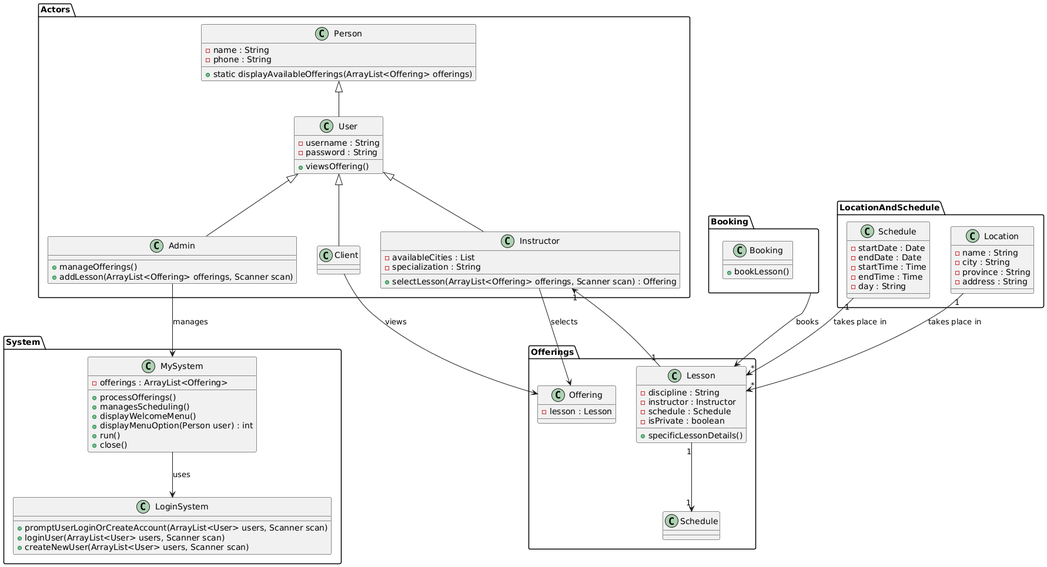
The PlantUML diagram Diagrams/ClassDiagramRefined.png in ABALkhabbaz/LessonSchedulingSystem, before a commit. The source it was exported from:
```plantuml
@startuml
package "Actors" {
    class Person {
        - name : String
        - phone : String
        + static displayAvailableOfferings(ArrayList<Offering> offerings)
    }

    class User {
        - username : String
        - password : String
        + viewsOffering()
    }

    Person <|-- User

    class Client
    User <|-- Client

    class Admin {
        + manageOfferings()
        + addLesson(ArrayList<Offering> offerings, Scanner scan)
    }
    User <|-- Admin

    class Instructor {
        - availableCities : List
        - specialization : String
        + selectLesson(ArrayList<Offering> offerings, Scanner scan) : Offering
    }
    User <|-- Instructor
}

package "System" {
    class MySystem {
        - offerings : ArrayList<Offering>
        + processOfferings()
        + managesScheduling()
        + displayWelcomeMenu()
        + displayMenuOption(Person user) : int
        + run()
        + close()
    }

    class LoginSystem {
        + promptUserLoginOrCreateAccount(ArrayList<User> users, Scanner scan)
        + loginUser(ArrayList<User> users, Scanner scan)
        + createNewUser(ArrayList<User> users, Scanner scan)
    }

    MySystem --> LoginSystem : "uses"
}

package "Booking" {
    class Booking {
        + bookLesson()
    }
}

package "Offerings" {
    class Offering {
        - lesson : Lesson
    }

    class Lesson {
        - discipline : String
        - instructor : Instructor
        - schedule : Schedule
        - isPrivate : boolean
        + specificLessonDetails()
    }

    Lesson "1" --> "1" Instructor
    Lesson "1" --> "1" Schedule
}

package "LocationAndSchedule" {
    class Location {
        - name : String
        - city : String
        - province : String
        - address : String
    }

    class Schedule {
        - startDate : Date
        - endDate : Date
        - startTime : Time
        - endTime : Time
        - day : String
    }

    Location "1" --> "*" Lesson : "takes place in"
    Schedule "1" --> "*" Lesson : "takes place in"
}

Booking --> Lesson : "books"
Admin --> MySystem : "manages"
Client --> Offering : "views"
Instructor --> Offering : "selects"
@enduml
```
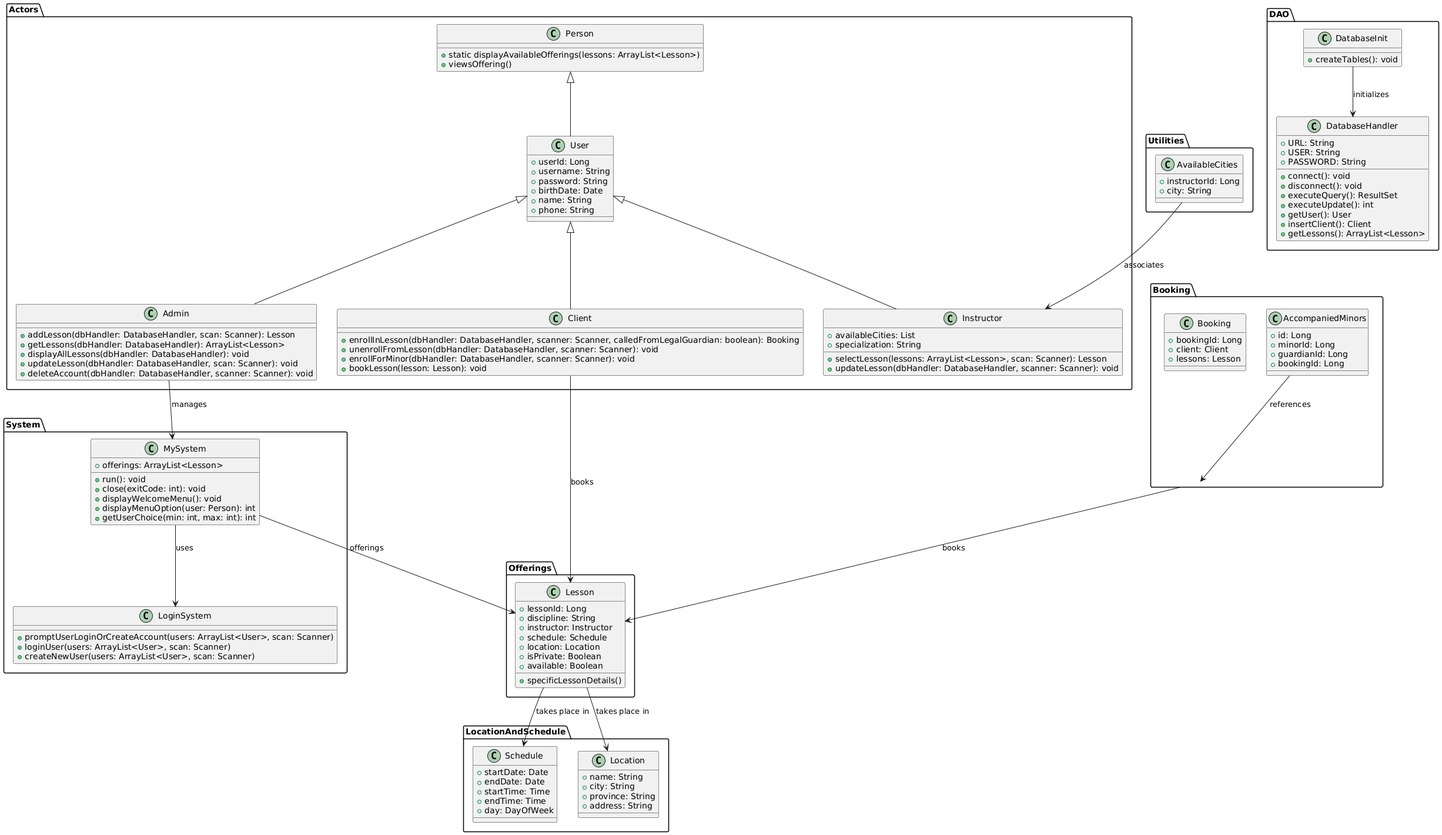
After the commit.

Commit message:
for full list of methods, consult Detailed version

Diff of the diagram source:
```diff
@@ -1,101 +1,135 @@
 @startuml
-package "Actors" {
+package Actors {
     class Person {
-        - name : String
-        - phone : String
-        + static displayAvailableOfferings(ArrayList<Offering> offerings)
-    }
-
-    class User {
-        - username : String
-        - password : String
+        + static displayAvailableOfferings(lessons: ArrayList<Lesson>)
         + viewsOffering()
     }
-
+    class User {
+        + userId: Long
+        + username: String
+        + password: String
+        + birthDate: Date
+        + name: String
+        + phone: String
+    }
     Person <|-- User
-
-    class Client
-    User <|-- Client
-
     class Admin {
-        + manageOfferings()
-        + addLesson(ArrayList<Offering> offerings, Scanner scan)
+        + addLesson(dbHandler: DatabaseHandler, scan: Scanner): Lesson
+        + getLessons(dbHandler: DatabaseHandler): ArrayList<Lesson>
+        + displayAllLessons(dbHandler: DatabaseHandler): void
+        + updateLesson(dbHandler: DatabaseHandler, scan: Scanner): void
+        + deleteAccount(dbHandler: DatabaseHandler, scanner: Scanner): void
+    }
+    class Client {
+        + enrollInLesson(dbHandler: DatabaseHandler, scanner: Scanner, calledFromLegalGuardian: boolean): Booking
+        + unenrollFromLesson(dbHandler: DatabaseHandler, scanner: Scanner): void
+        + enrollForMinor(dbHandler: DatabaseHandler, scanner: Scanner): void
+        + bookLesson(lesson: Lesson): void
+    }
+    class Instructor {
+        + availableCities: List
+        + specialization: String
+        + selectLesson(lessons: ArrayList<Lesson>, scan: Scanner): Lesson
+        + updateLesson(dbHandler: DatabaseHandler, scanner: Scanner): void
     }
     User <|-- Admin
-
-    class Instructor {
-        - availableCities : List
-        - specialization : String
-        + selectLesson(ArrayList<Offering> offerings, Scanner scan) : Offering
-    }
+    User <|-- Client
     User <|-- Instructor
 }
 
-package "System" {
-    class MySystem {
-        - offerings : ArrayList<Offering>
-        + processOfferings()
-        + managesScheduling()
-        + displayWelcomeMenu()
-        + displayMenuOption(Person user) : int
-        + run()
-        + close()
-    }
-
-    class LoginSystem {
-        + promptUserLoginOrCreateAccount(ArrayList<User> users, Scanner scan)
-        + loginUser(ArrayList<User> users, Scanner scan)
-        + createNewUser(ArrayList<User> users, Scanner scan)
-    }
-
-    MySystem --> LoginSystem : "uses"
-}
-
-package "Booking" {
-    class Booking {
-        + bookLesson()
+package Offerings {
+    class Lesson {
+        + lessonId: Long
+        + discipline: String
+        + instructor: Instructor
+        + schedule: Schedule
+        + location: Location
+        + isPrivate: Boolean
+        + available: Boolean
+        + specificLessonDetails()
     }
 }
 
-package "Offerings" {
-    class Offering {
-        - lesson : Lesson
+package LocationAndSchedule {
+    class Schedule {
+        + startDate: Date
+        + endDate: Date
+        + startTime: Time
+        + endTime: Time
+        + day: DayOfWeek
+    }
+    class Location {
+        + name: String
+        + city: String
+        + province: String
+        + address: String
+    }
+}
+
+package Booking {
+    class Booking {
+        + bookingId: Long
+        + client: Client
+        + lessons: Lesson
+    }
+    class AccompaniedMinors {
+        + id: Long
+        + minorId: Long
+        + guardianId: Long
+        + bookingId: Long
+    }
+}
+
+package System {
+    class MySystem {
+        + offerings: ArrayList<Lesson>
+        + run(): void
+        + close(exitCode: int): void
+        + displayWelcomeMenu(): void
+        + displayMenuOption(user: Person): int
+        + getUserChoice(min: int, max: int): int
+    }
+    class LoginSystem {
+        + promptUserLoginOrCreateAccount(users: ArrayList<User>, scan: Scanner)
+        + loginUser(users: ArrayList<User>, scan: Scanner)
+        + createNewUser(users: ArrayList<User>, scan: Scanner)
+    }
+    MySystem --> LoginSystem : uses
+}
+
+package DAO {
+    class DatabaseHandler {
+        + URL: String
+        + USER: String
+        + PASSWORD: String
+        + connect(): void
+        + disconnect(): void
+        + executeQuery(): ResultSet
+        + executeUpdate(): int
+        + getUser(): User
+        + insertClient(): Client
+        + getLessons(): ArrayList<Lesson>
     }
 
-    class Lesson {
-        - discipline : String
-        - instructor : Instructor
-        - schedule : Schedule
-        - isPrivate : boolean
-        + specificLessonDetails()
+    class DatabaseInit {
+        + createTables(): void
     }
 
-    Lesson "1" --> "1" Instructor
-    Lesson "1" --> "1" Schedule
+    DatabaseInit --> DatabaseHandler : initializes
 }
 
-package "LocationAndSchedule" {
-    class Location {
-        - name : String
-        - city : String
-        - province : String
-        - address : String
+package Utilities {
+    class AvailableCities {
+        + instructorId: Long
+        + city: String
     }
-
-    class Schedule {
-        - startDate : Date
-        - endDate : Date
-        - startTime : Time
-        - endTime : Time
-        - day : String
-    }
-
-    Location "1" --> "*" Lesson : "takes place in"
-    Schedule "1" --> "*" Lesson : "takes place in"
 }
-
-Booking --> Lesson : "books"
-Admin --> MySystem : "manages"
-Client --> Offering : "views"
-Instructor --> Offering : "selects"
+AvailableCities --> Instructor : associates
+Admin --> MySystem : manages
+MySystem --> Lesson : offerings
+Client --> Lesson : books
+Lesson --> Location : takes place in
+Lesson --> Schedule : takes place in
+Booking --> Lesson : books
+AccompaniedMinors --> Booking : references
 @enduml
```
